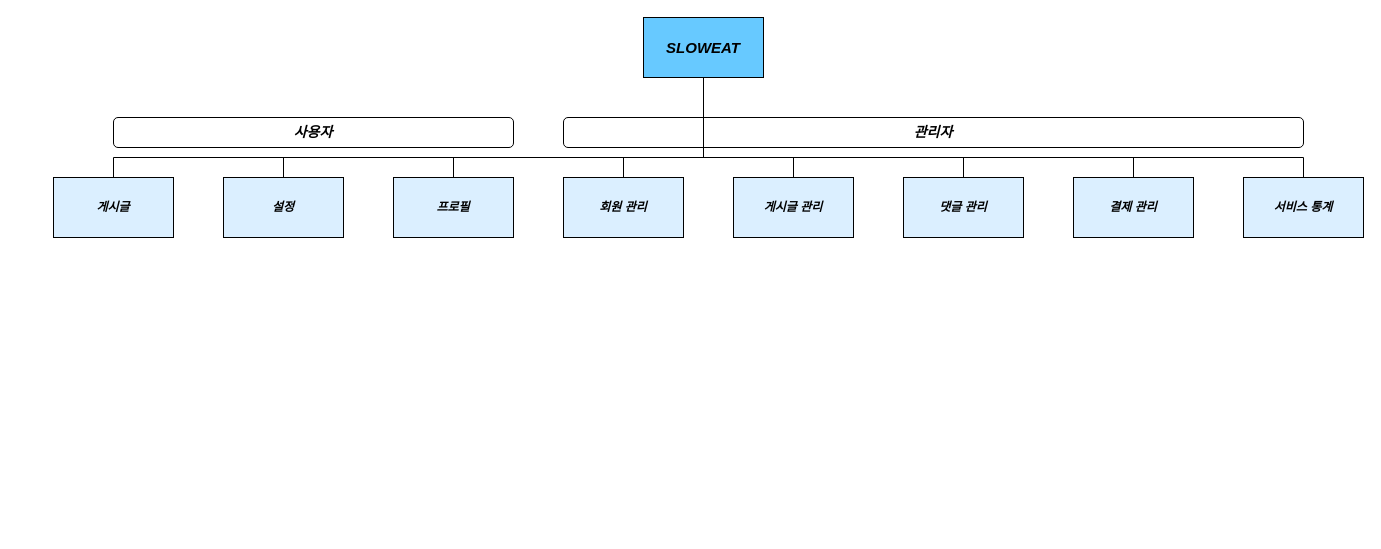
his8457/diagram keeps this draw.io diagram as sloweat_web_site_structure.drawio. Above is the earlier version. Source tidied: cells renumbered, new cells numbered last; positions are measured from the earlier drawing's top-left corner, leaving out a move shared by most shapes. Both pictures are drawn from the tidied source at 100%, with x=0, y=0 at pixel (53, 17).
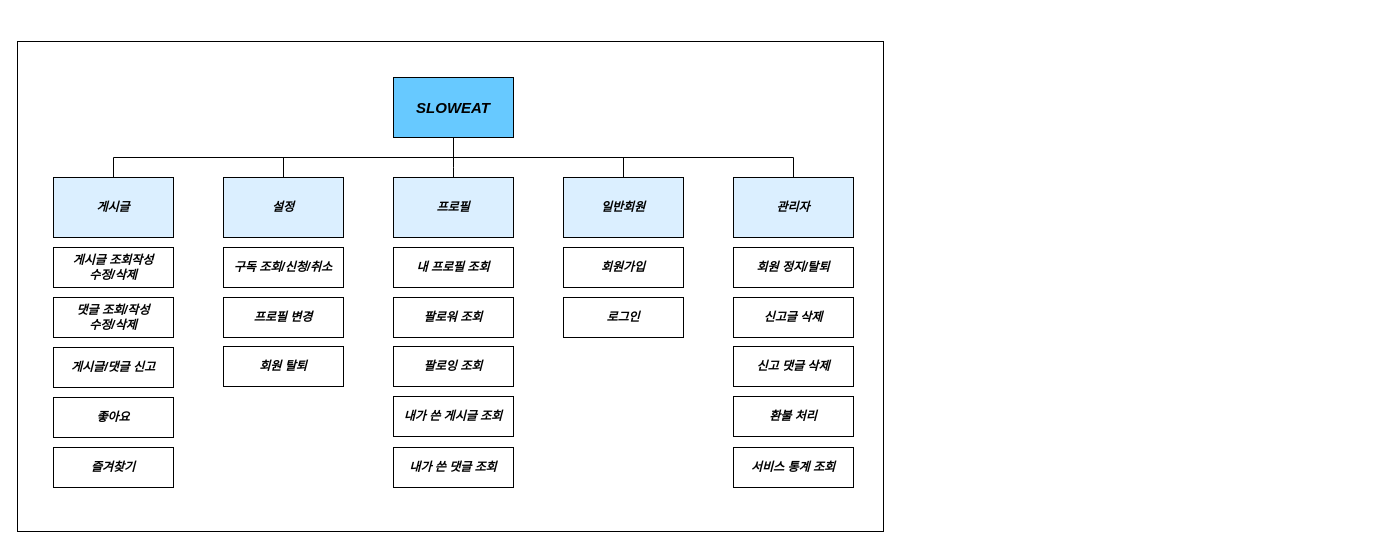
The same page after the edit.

The change refers to these unchanged cells:
```xml
<mxCell id="12" value="설정" style="rounded=0;whiteSpace=wrap;html=1;fillColor=#DBEFFF;fontStyle=3;" parent="1" vertex="1">
  <mxGeometry x="170" y="160" width="120" height="60" as="geometry" />
</mxCell>
<mxCell id="13" value="게시글" style="rounded=0;whiteSpace=wrap;html=1;fillColor=#DBEFFF;fontStyle=3;" parent="1" vertex="1">
  <mxGeometry y="160" width="120" height="60" as="geometry" />
</mxCell>
<mxCell id="14" value="프로필" style="rounded=0;whiteSpace=wrap;html=1;fillColor=#DBEFFF;fontStyle=3;" parent="1" vertex="1">
  <mxGeometry x="340" y="160" width="120" height="60" as="geometry" />
</mxCell>
```

The edit, as a diff of the source:
```diff
@@
-    <mxCell id="2" value="관리자" style="rounded=1;whiteSpace=wrap;html=1;fontSize=14;fontStyle=3;" parent="1" vertex="1">
-      <mxGeometry x="510" y="100" width="740" height="30" as="geometry" />
-    </mxCell>
+    <mxCell id="21" style="rounded=0;whiteSpace=wrap;html=1;" parent="1" vertex="1">
+      <mxGeometry x="-36" y="24" width="866" height="490" as="geometry" />
+    </mxCell>
-    <mxCell id="3" style="edgeStyle=orthogonalEdgeStyle;rounded=0;jettySize=auto;html=1;exitX=0.5;exitY=1;exitDx=0;exitDy=0;endArrow=none;endFill=0;strokeColor=default;align=center;verticalAlign=middle;fontFamily=Helvetica;fontSize=11;fontColor=default;labelBackgroundColor=default;" parent="1" edge="1" source="11" target="13">
+    <mxCell id="3" style="edgeStyle=orthogonalEdgeStyle;rounded=0;jettySize=auto;html=1;exitX=0.5;exitY=1;exitDx=0;exitDy=0;endArrow=none;endFill=0;strokeColor=default;align=center;verticalAlign=middle;fontFamily=Helvetica;fontSize=11;fontColor=default;labelBackgroundColor=default;entryX=0.5;entryY=0;entryDx=0;entryDy=0;" parent="1" edge="1" source="11" target="13">
       <mxGeometry relative="1" as="geometry">
         <Array as="points">
-          <mxPoint x="650" y="140" />
+          <mxPoint x="400" y="140" />
           <mxPoint x="60" y="140" />
         </Array>
       </mxGeometry>
     </mxCell>
     <mxCell id="4" style="edgeStyle=orthogonalEdgeStyle;rounded=0;jettySize=auto;html=1;entryX=0.5;entryY=0;entryDx=0;entryDy=0;exitX=0.5;exitY=1;exitDx=0;exitDy=0;strokeColor=default;align=center;verticalAlign=middle;fontFamily=Helvetica;fontSize=11;fontColor=default;labelBackgroundColor=default;endArrow=none;endFill=0;" parent="1" edge="1" source="11" target="12">
       <mxGeometry relative="1" as="geometry">
         <Array as="points">
-          <mxPoint x="650" y="140" />
+          <mxPoint x="400" y="140" />
           <mxPoint x="230" y="140" />
         </Array>
       </mxGeometry>
     </mxCell>
-    <mxCell id="5" style="edgeStyle=orthogonalEdgeStyle;rounded=0;jettySize=auto;html=1;strokeColor=default;align=center;verticalAlign=middle;fontFamily=Helvetica;fontSize=11;fontColor=default;labelBackgroundColor=default;endArrow=none;endFill=0;" parent="1" edge="1" source="11" target="16">
-      <mxGeometry relative="1" as="geometry">
-        <Array as="points">
-          <mxPoint x="650" y="140" />
-          <mxPoint x="570" y="140" />
-        </Array>
-      </mxGeometry>
-    </mxCell>
-    <mxCell id="6" style="edgeStyle=orthogonalEdgeStyle;rounded=0;jettySize=auto;html=1;exitX=0.5;exitY=1;exitDx=0;exitDy=0;strokeColor=default;align=center;verticalAlign=middle;fontFamily=Helvetica;fontSize=11;fontColor=default;labelBackgroundColor=default;endArrow=none;endFill=0;" parent="1" edge="1" source="11" target="14">
+    <mxCell id="6" style="edgeStyle=orthogonalEdgeStyle;rounded=0;jettySize=auto;html=1;exitX=0.5;exitY=1;exitDx=0;exitDy=0;strokeColor=default;align=center;verticalAlign=middle;fontFamily=Helvetica;fontSize=11;fontColor=default;labelBackgroundColor=default;endArrow=none;endFill=0;entryX=0.5;entryY=0;entryDx=0;entryDy=0;" parent="1" edge="1" source="11" target="14">
       <mxGeometry relative="1" as="geometry">
         <Array as="points">
-          <mxPoint x="650" y="140" />
-          <mxPoint x="400" y="140" />
+          <mxPoint x="400" y="150" />
+          <mxPoint x="400" y="150" />
         </Array>
       </mxGeometry>
     </mxCell>
-    <mxCell id="7" style="edgeStyle=orthogonalEdgeStyle;rounded=0;jettySize=auto;html=1;entryX=0.5;entryY=0;entryDx=0;entryDy=0;strokeColor=default;align=center;verticalAlign=middle;fontFamily=Helvetica;fontSize=11;fontColor=default;labelBackgroundColor=default;endArrow=none;endFill=0;" parent="1" edge="1" source="11" target="15">
-      <mxGeometry relative="1" as="geometry">
-        <Array as="points">
-          <mxPoint x="650" y="140" />
-          <mxPoint x="740" y="140" />
-        </Array>
-      </mxGeometry>
-    </mxCell>
-    <mxCell id="8" style="edgeStyle=orthogonalEdgeStyle;rounded=0;jettySize=auto;html=1;exitX=0.5;exitY=1;exitDx=0;exitDy=0;strokeColor=default;align=center;verticalAlign=middle;fontFamily=Helvetica;fontSize=11;fontColor=default;labelBackgroundColor=default;endArrow=none;endFill=0;" parent="1" edge="1" source="11" target="17">
-      <mxGeometry relative="1" as="geometry">
-        <Array as="points">
-          <mxPoint x="650" y="140" />
-          <mxPoint x="910" y="140" />
-        </Array>
-      </mxGeometry>
-    </mxCell>
-    <mxCell id="9" style="edgeStyle=orthogonalEdgeStyle;rounded=0;jettySize=auto;html=1;entryX=0.5;entryY=0;entryDx=0;entryDy=0;exitX=0.5;exitY=1;exitDx=0;exitDy=0;strokeColor=default;align=center;verticalAlign=middle;fontFamily=Helvetica;fontSize=11;fontColor=default;labelBackgroundColor=default;endArrow=none;endFill=0;" parent="1" edge="1" source="11" target="18">
-      <mxGeometry relative="1" as="geometry">
-        <Array as="points">
-          <mxPoint x="650" y="140" />
-          <mxPoint x="1080" y="140" />
-        </Array>
-      </mxGeometry>
-    </mxCell>
-    <mxCell id="10" style="edgeStyle=orthogonalEdgeStyle;rounded=0;jettySize=auto;html=1;entryX=0.5;entryY=0;entryDx=0;entryDy=0;exitX=0.5;exitY=1;exitDx=0;exitDy=0;strokeColor=default;align=center;verticalAlign=middle;fontFamily=Helvetica;fontSize=11;fontColor=default;labelBackgroundColor=default;endArrow=none;endFill=0;" parent="1" edge="1" source="11" target="19">
-      <mxGeometry relative="1" as="geometry">
-        <Array as="points">
-          <mxPoint x="650" y="140" />
-          <mxPoint x="1250" y="140" />
-        </Array>
-      </mxGeometry>
-    </mxCell>
+    <mxCell id="22" style="edgeStyle=orthogonalEdgeStyle;rounded=0;jettySize=auto;html=1;exitX=0.5;exitY=1;exitDx=0;exitDy=0;strokeColor=default;align=center;verticalAlign=middle;fontFamily=Helvetica;fontSize=11;fontColor=default;labelBackgroundColor=default;endArrow=none;endFill=0;" parent="1" edge="1" source="11" target="32">
+      <mxGeometry relative="1" as="geometry">
+        <Array as="points">
+          <mxPoint x="400" y="140" />
+          <mxPoint x="570" y="140" />
+        </Array>
+      </mxGeometry>
+    </mxCell>
+    <mxCell id="23" style="edgeStyle=orthogonalEdgeStyle;rounded=0;jettySize=auto;html=1;strokeColor=default;align=center;verticalAlign=middle;fontFamily=Helvetica;fontSize=11;fontColor=default;labelBackgroundColor=default;endArrow=none;endFill=0;" parent="1" edge="1" source="11" target="2">
+      <mxGeometry relative="1" as="geometry">
+        <Array as="points">
+          <mxPoint x="400" y="140" />
+          <mxPoint x="740" y="140" />
+        </Array>
+      </mxGeometry>
+    </mxCell>
     <mxCell id="11" value="SLOWEAT" style="rounded=0;whiteSpace=wrap;html=1;fillColor=#67C9FF;fontStyle=3;fontSize=15;" parent="1" vertex="1">
-      <mxGeometry x="590" width="120" height="60" as="geometry" />
+      <mxGeometry x="340" y="60" width="120" height="60" as="geometry" />
     </mxCell>
@@
-    <mxCell id="15" value="게시글 관리" style="rounded=0;whiteSpace=wrap;html=1;fillColor=#DBEFFF;fontStyle=3;" parent="1" vertex="1">
-      <mxGeometry x="680" y="160" width="120" height="60" as="geometry" />
-    </mxCell>
-    <mxCell id="16" value="회원 관리" style="rounded=0;whiteSpace=wrap;html=1;fillColor=#DBEFFF;fontStyle=3;" parent="1" vertex="1">
-      <mxGeometry x="510" y="160" width="120" height="60" as="geometry" />
-    </mxCell>
-    <mxCell id="17" value="댓글 관리" style="rounded=0;whiteSpace=wrap;html=1;fillColor=#DBEFFF;fontStyle=3;" parent="1" vertex="1">
-      <mxGeometry x="850" y="160" width="120" height="60" as="geometry" />
-    </mxCell>
-    <mxCell id="18" value="결제 관리" style="rounded=0;whiteSpace=wrap;html=1;fillColor=#DBEFFF;fontStyle=3;" parent="1" vertex="1">
-      <mxGeometry x="1020" y="160" width="120" height="60" as="geometry" />
-    </mxCell>
-    <mxCell id="19" value="서비스 통계" style="rounded=0;whiteSpace=wrap;html=1;fillColor=#DBEFFF;fontStyle=3;" parent="1" vertex="1">
-      <mxGeometry x="1190" y="160" width="120" height="60" as="geometry" />
-    </mxCell>
-    <mxCell id="20" value="사용자" style="rounded=1;whiteSpace=wrap;html=1;fontSize=14;fontStyle=3;" parent="1" vertex="1">
-      <mxGeometry x="60" y="100" width="400" height="30" as="geometry" />
-    </mxCell>
+    <mxCell id="24" value="게시글 조회작성&lt;div&gt;수정/삭제&lt;/div&gt;" style="rounded=0;whiteSpace=wrap;html=1;fillColor=none;fontStyle=3;" parent="1" vertex="1">
+      <mxGeometry y="230" width="120" height="40" as="geometry" />
+    </mxCell>
+    <mxCell id="25" value="좋아요" style="rounded=0;whiteSpace=wrap;html=1;fillColor=none;fontStyle=3;" parent="1" vertex="1">
+      <mxGeometry y="380" width="120" height="40" as="geometry" />
+    </mxCell>
+    <mxCell id="26" value="즐겨찾기" style="rounded=0;whiteSpace=wrap;html=1;fillColor=none;fontStyle=3;" parent="1" vertex="1">
+      <mxGeometry y="430" width="120" height="40" as="geometry" />
+    </mxCell>
+    <mxCell id="27" value="회원 정지/탈퇴" style="rounded=0;whiteSpace=wrap;html=1;fillColor=none;fontStyle=3;" parent="1" vertex="1">
+      <mxGeometry x="680" y="230" width="120" height="40" as="geometry" />
+    </mxCell>
+    <mxCell id="28" value="신고글 삭제" style="rounded=0;whiteSpace=wrap;html=1;fillColor=none;fontStyle=3;" parent="1" vertex="1">
+      <mxGeometry x="680" y="280" width="120" height="40" as="geometry" />
+    </mxCell>
+    <mxCell id="29" value="신고 댓글 삭제" style="rounded=0;whiteSpace=wrap;html=1;fillColor=none;fontStyle=3;" parent="1" vertex="1">
+      <mxGeometry x="680" y="329" width="120" height="40" as="geometry" />
+    </mxCell>
+    <mxCell id="30" value="환불 처리" style="rounded=0;whiteSpace=wrap;html=1;fillColor=none;fontStyle=3;" parent="1" vertex="1">
+      <mxGeometry x="680" y="379" width="120" height="40" as="geometry" />
+    </mxCell>
+    <mxCell id="31" value="서비스 통계 조회" style="rounded=0;whiteSpace=wrap;html=1;fillColor=none;fontStyle=3;" parent="1" vertex="1">
+      <mxGeometry x="680" y="430" width="120" height="40" as="geometry" />
+    </mxCell>
+    <mxCell id="32" value="일반회원" style="rounded=0;whiteSpace=wrap;html=1;fillColor=#DBEFFF;fontStyle=3;" parent="1" vertex="1">
+      <mxGeometry x="510" y="160" width="120" height="60" as="geometry" />
+    </mxCell>
+    <mxCell id="2" value="관리자" style="rounded=0;whiteSpace=wrap;html=1;fillColor=#DBEFFF;fontStyle=3;" parent="1" vertex="1">
+      <mxGeometry x="680" y="160" width="120" height="60" as="geometry" />
+    </mxCell>
+    <mxCell id="33" value="구독 조회/신청/취소" style="rounded=0;whiteSpace=wrap;html=1;fillColor=none;fontStyle=3;" parent="1" vertex="1">
+      <mxGeometry x="170" y="230" width="120" height="40" as="geometry" />
+    </mxCell>
+    <mxCell id="34" value="프로필 변경" style="rounded=0;whiteSpace=wrap;html=1;fillColor=none;fontStyle=3;" parent="1" vertex="1">
+      <mxGeometry x="170" y="280" width="120" height="40" as="geometry" />
+    </mxCell>
+    <mxCell id="35" value="회원 탈퇴" style="rounded=0;whiteSpace=wrap;html=1;fillColor=none;fontStyle=3;" parent="1" vertex="1">
+      <mxGeometry x="170" y="329" width="120" height="40" as="geometry" />
+    </mxCell>
+    <mxCell id="36" value="내 프로필 조회" style="rounded=0;whiteSpace=wrap;html=1;fillColor=none;fontStyle=3;" parent="1" vertex="1">
+      <mxGeometry x="340" y="230" width="120" height="40" as="geometry" />
+    </mxCell>
+    <mxCell id="37" value="팔로워 조회" style="rounded=0;whiteSpace=wrap;html=1;fillColor=none;fontStyle=3;" parent="1" vertex="1">
+      <mxGeometry x="340" y="280" width="120" height="40" as="geometry" />
+    </mxCell>
+    <mxCell id="38" value="팔로잉 조회" style="rounded=0;whiteSpace=wrap;html=1;fillColor=none;fontStyle=3;" parent="1" vertex="1">
+      <mxGeometry x="340" y="329" width="120" height="40" as="geometry" />
+    </mxCell>
+    <mxCell id="39" value="내가 쓴 게시글 조회" style="rounded=0;whiteSpace=wrap;html=1;fillColor=none;fontStyle=3;" parent="1" vertex="1">
+      <mxGeometry x="340" y="379" width="120" height="40" as="geometry" />
+    </mxCell>
+    <mxCell id="40" value="내가 쓴 댓글 조회" style="rounded=0;whiteSpace=wrap;html=1;fillColor=none;fontStyle=3;" parent="1" vertex="1">
+      <mxGeometry x="340" y="430" width="120" height="40" as="geometry" />
+    </mxCell>
+    <mxCell id="41" value="회원가입" style="rounded=0;whiteSpace=wrap;html=1;fillColor=none;fontStyle=3;" parent="1" vertex="1">
+      <mxGeometry x="510" y="230" width="120" height="40" as="geometry" />
+    </mxCell>
+    <mxCell id="42" value="로그인" style="rounded=0;whiteSpace=wrap;html=1;fillColor=none;fontStyle=3;" parent="1" vertex="1">
+      <mxGeometry x="510" y="280" width="120" height="40" as="geometry" />
+    </mxCell>
+    <mxCell id="43" value="댓글 조회/작성&lt;div&gt;수정/삭제&lt;/div&gt;" style="rounded=0;whiteSpace=wrap;html=1;fillColor=none;fontStyle=3;" parent="1" vertex="1">
+      <mxGeometry y="280" width="120" height="40" as="geometry" />
+    </mxCell>
+    <mxCell id="44" value="게시글/댓글 신고" style="rounded=0;whiteSpace=wrap;html=1;fillColor=none;fontStyle=3;" parent="1" vertex="1">
+      <mxGeometry y="330" width="120" height="40" as="geometry" />
+    </mxCell>
```
